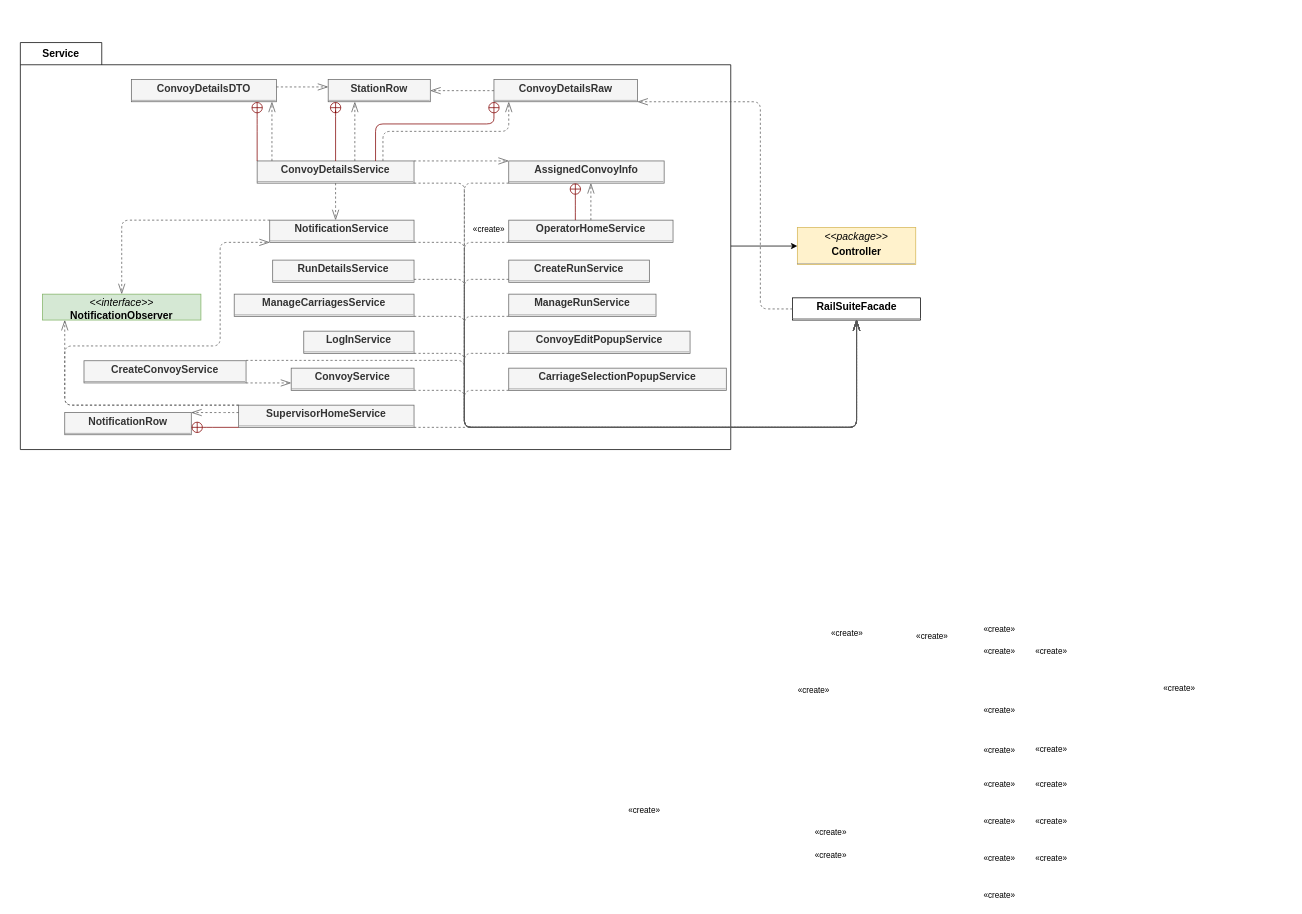
Earlier version of the draw.io diagram UML/businsessLogiv-serviceOnly.drawio (Eros-Pinzani/RailSuite-SWE). Source tidied: cells renumbered, new cells numbered last; positions are measured from the earlier drawing's top-left corner, leaving out a move shared by most shapes. Both pictures are drawn from the tidied source at 74%, with x=0, y=0 at pixel (20, 42).
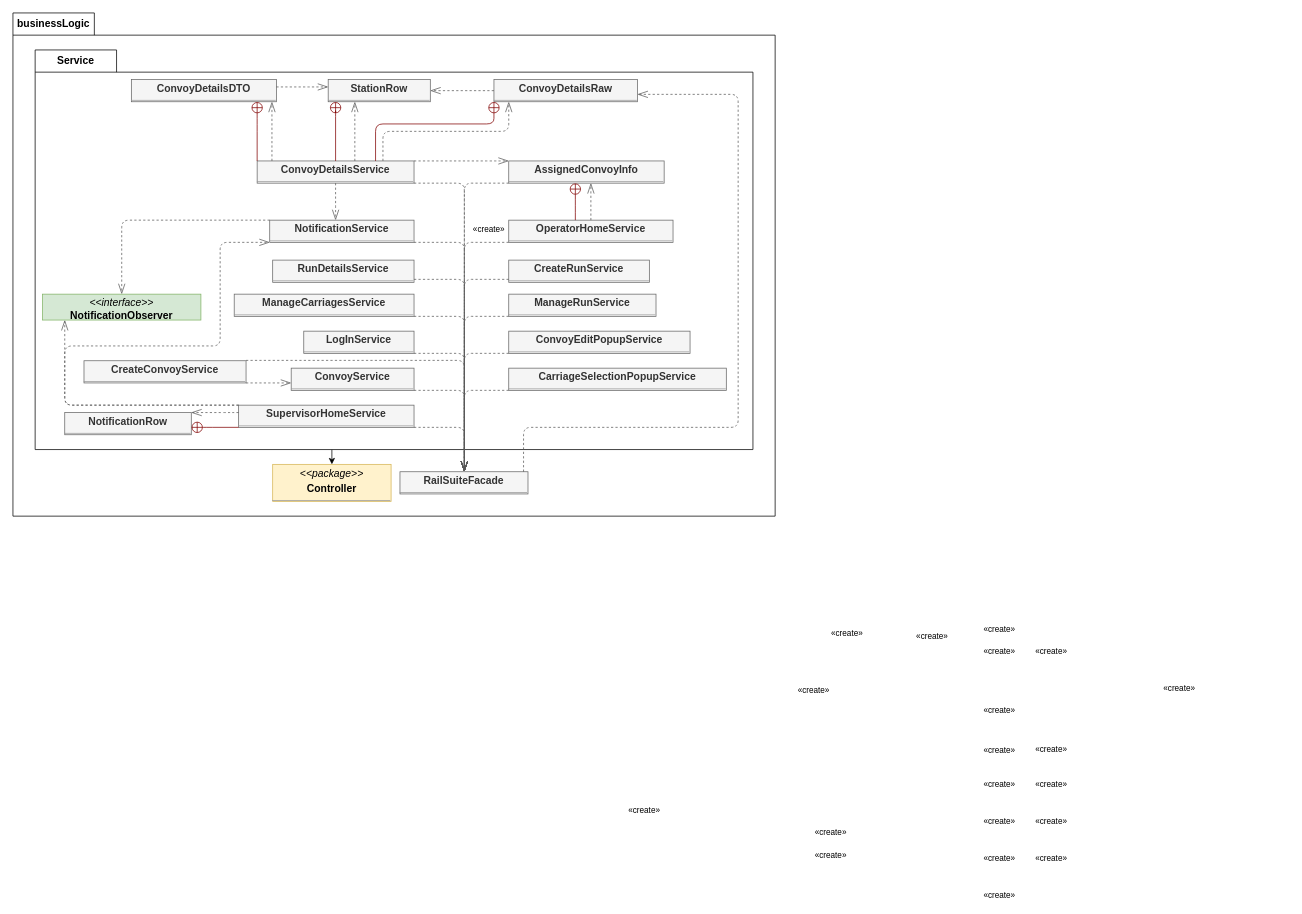
Above is the later version.

Commit message (it also covers changes not shown here):
Uml businessLogic Only service Package

The change refers to these unchanged cells:
```xml
<mxCell id="7" value="&lt;p style=&quot;margin:0px;margin-top:4px;text-align:center;&quot;&gt;&lt;b&gt;ConvoyDetailsRaw&lt;/b&gt;&lt;/p&gt;&lt;hr size=&quot;1&quot;/&gt;" style="verticalAlign=top;align=left;overflow=fill;fontSize=14;fontFamily=Helvetica;html=1;rounded=0;shadow=0;comic=0;labelBackgroundColor=none;strokeWidth=1;fillColor=#f5f5f5;fontColor=#333333;strokeColor=#666666;" parent="1" vertex="1">
  <mxGeometry x="640" y="50" width="194" height="30" as="geometry" />
</mxCell>
<mxCell id="23" value="&lt;p style=&quot;margin:0px;margin-top:4px;text-align:center;&quot;&gt;&lt;b&gt;SupervisorHomeService&lt;/b&gt;&lt;/p&gt;&lt;hr size=&quot;1&quot;/&gt;" style="verticalAlign=top;align=left;overflow=fill;fontSize=14;fontFamily=Helvetica;html=1;rounded=0;shadow=0;comic=0;labelBackgroundColor=none;strokeWidth=1;fillColor=#f5f5f5;fontColor=#333333;strokeColor=#666666;" parent="1" vertex="1">
  <mxGeometry x="295" y="490" width="237" height="30" as="geometry" />
</mxCell>
```

Diff of the diagram source:
```diff
@@
+    <mxCell id="79" value="businessLogic" style="shape=folder;fontStyle=1;tabWidth=110;tabHeight=30;tabPosition=left;html=1;boundedLbl=1;labelInHeader=1;whiteSpace=wrap;fontSize=14;" parent="1" vertex="1">
+      <mxGeometry x="-10" y="-40" width="1030" height="680" as="geometry" />
+    </mxCell>
     <mxCell id="2" style="edgeStyle=orthogonalEdgeStyle;rounded=0;jettySize=auto;html=1;" parent="1" edge="1" source="3" target="24">
-      <mxGeometry relative="1" as="geometry" />
+      <mxGeometry relative="1" as="geometry">
+        <Array as="points">
+          <mxPoint x="421" y="560" />
+          <mxPoint x="421" y="560" />
+        </Array>
+      </mxGeometry>
     </mxCell>
     <mxCell id="3" value="Service" style="shape=folder;fontStyle=1;tabWidth=110;tabHeight=30;tabPosition=left;html=1;boundedLbl=1;labelInHeader=1;whiteSpace=wrap;fontSize=14;" parent="1" vertex="1">
-      <mxGeometry width="960" height="550" as="geometry" />
+      <mxGeometry x="20" y="10" width="970" height="540" as="geometry" />
     </mxCell>
@@
-    <mxCell id="20" value="&lt;p style=&quot;margin:0px;margin-top:4px;text-align:center;&quot;&gt;&lt;b&gt;RailSuiteFacade&lt;/b&gt;&lt;/p&gt;&lt;hr size=&quot;1&quot;/&gt;" style="verticalAlign=top;align=left;overflow=fill;fontSize=14;fontFamily=Helvetica;html=1;rounded=0;shadow=0;comic=0;labelBackgroundColor=none;strokeWidth=1;" parent="1" vertex="1">
-      <mxGeometry x="1043.5" y="345" width="173" height="30" as="geometry" />
+    <mxCell id="20" value="&lt;p style=&quot;margin:0px;margin-top:4px;text-align:center;&quot;&gt;&lt;b&gt;RailSuiteFacade&lt;/b&gt;&lt;/p&gt;&lt;hr size=&quot;1&quot;/&gt;" style="verticalAlign=top;align=left;overflow=fill;fontSize=14;fontFamily=Helvetica;html=1;rounded=0;shadow=0;comic=0;labelBackgroundColor=none;strokeWidth=1;fillColor=#f5f5f5;fontColor=#333333;strokeColor=#666666;" parent="1" vertex="1">
+      <mxGeometry x="513" y="580" width="173" height="30" as="geometry" />
     </mxCell>
@@
     <mxCell id="24" value="&lt;p style=&quot;margin:0px;margin-top:4px;text-align:center;&quot;&gt;&lt;i&gt;&amp;lt;&amp;lt;package&amp;gt;&amp;gt;&lt;/i&gt;&lt;/p&gt;&lt;p style=&quot;margin:0px;margin-top:4px;text-align:center;&quot;&gt;&lt;b&gt;Controller&lt;/b&gt;&lt;/p&gt;&lt;hr size=&quot;1&quot;&gt;" style="verticalAlign=top;align=left;overflow=fill;fontSize=14;fontFamily=Helvetica;html=1;rounded=0;shadow=0;comic=0;labelBackgroundColor=none;strokeWidth=1;fillColor=#fff2cc;strokeColor=#d6b656;" parent="1" vertex="1">
-      <mxGeometry x="1050" y="250" width="160" height="50" as="geometry" />
+      <mxGeometry x="341" y="570" width="160" height="50" as="geometry" />
     </mxCell>
@@
     <mxCell id="67" style="html=1;rounded=1;edgeStyle=orthogonalEdgeStyle;dashed=1;startArrow=none;endArrow=openThin;endSize=12;strokeColor=#595959;" parent="1" edge="1" source="20" target="7">
       <mxGeometry relative="1" as="geometry">
         <Array as="points">
-          <mxPoint x="1000" y="360" />
-          <mxPoint x="1000" y="80" />
+          <mxPoint x="680" y="520" />
+          <mxPoint x="970" y="520" />
+          <mxPoint x="970" y="70" />
         </Array>
       </mxGeometry>
     </mxCell>
@@
     <mxCell id="76" style="html=1;rounded=1;edgeStyle=orthogonalEdgeStyle;dashed=1;startArrow=none;endArrow=openThin;endSize=12;strokeColor=#595959;" parent="1" edge="1" source="23" target="20">
       <mxGeometry relative="1" as="geometry">
         <Array as="points">
-          <mxPoint x="760" y="520" />
-          <mxPoint x="760" y="520" />
+          <mxPoint x="600" y="520" />
         </Array>
       </mxGeometry>
     </mxCell>
```
